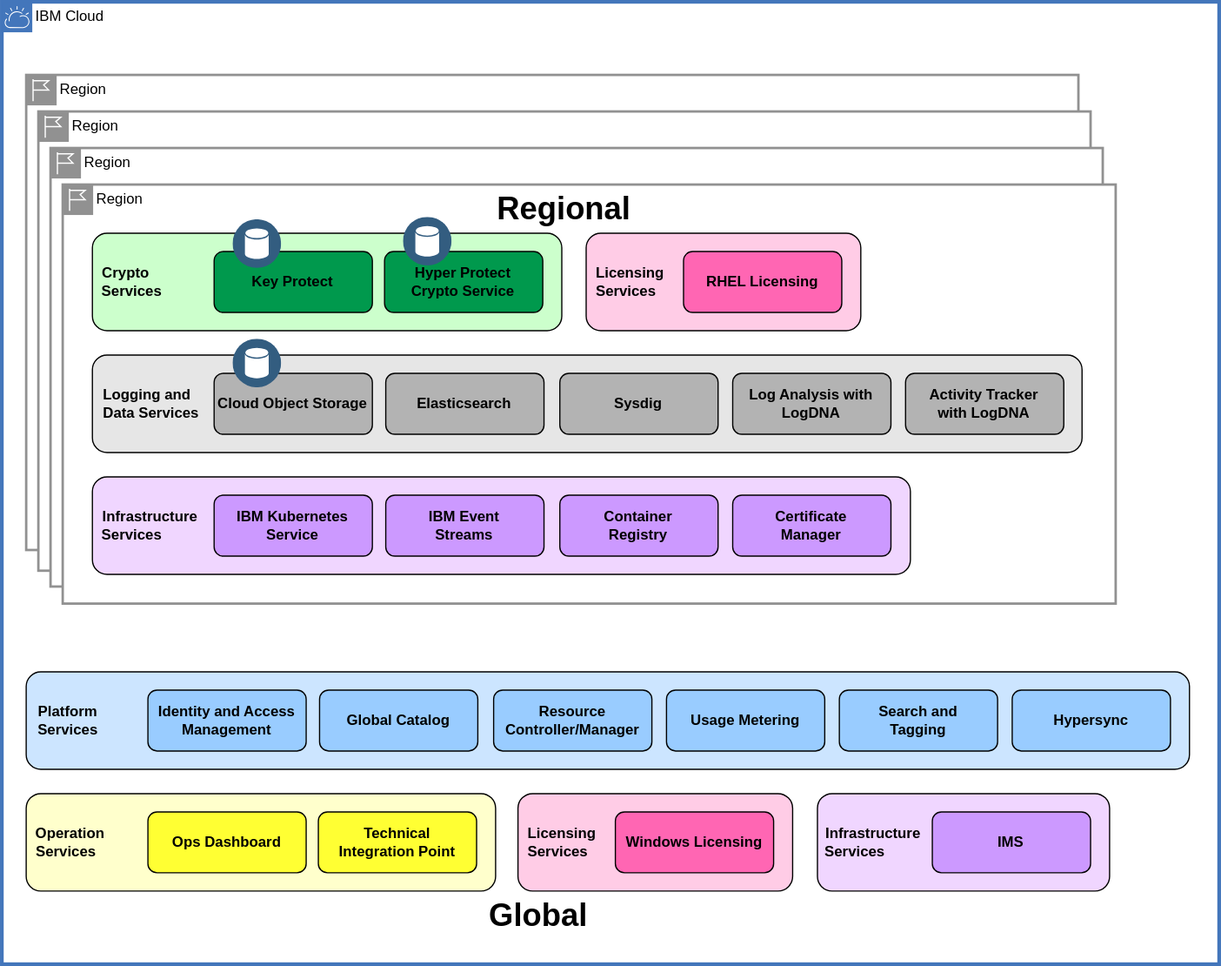
ibm-cloud-docs/vpc keeps this draw.io diagram as images/vpc-dependencies-architecture.svg. Above is the earlier version. Source tidied: cells renumbered, new cells last; positions are measured from the earlier drawing's top-left corner, leaving out a move shared by most shapes.
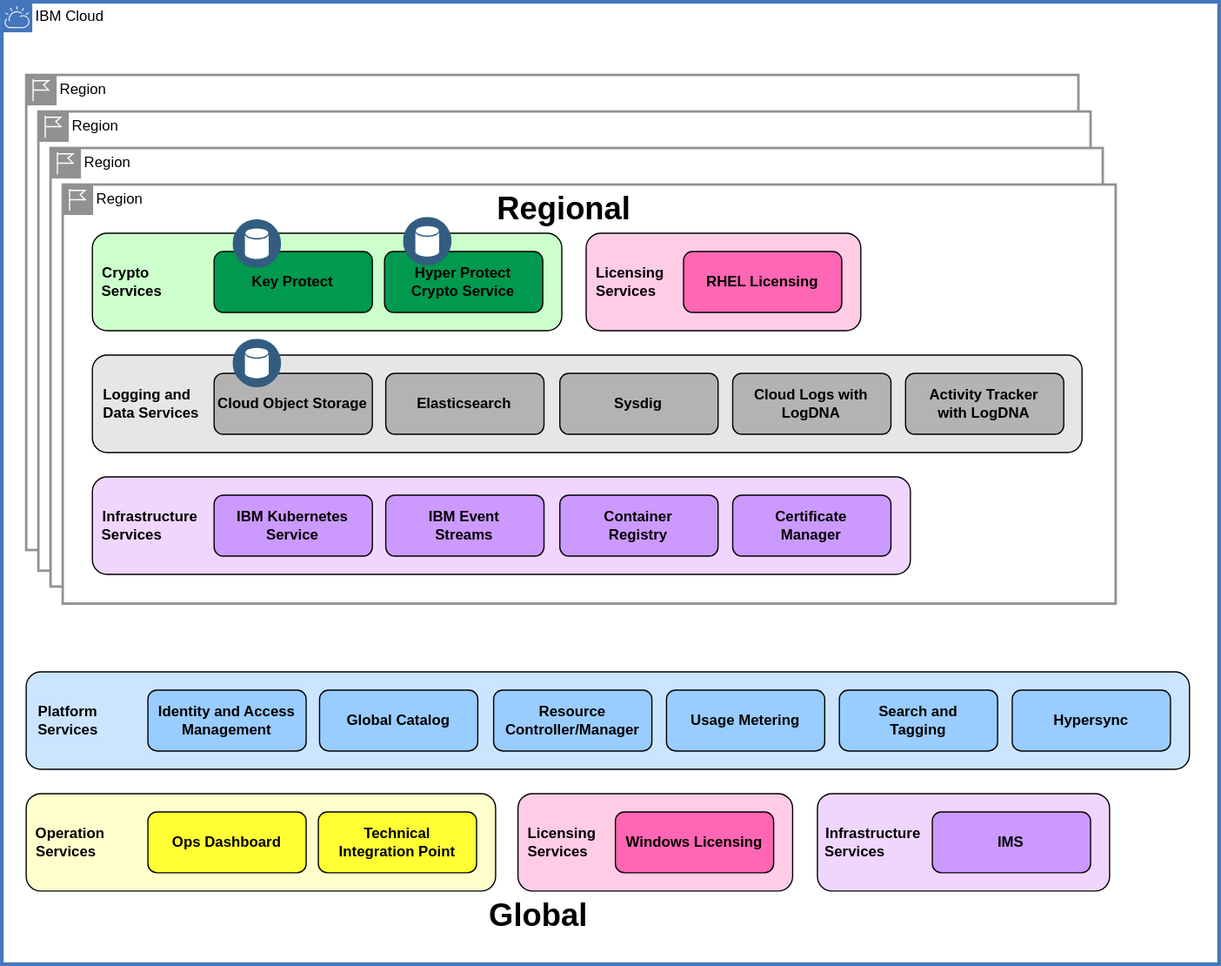
After the change.

Diff of the diagram source:
```diff
@@ -47,7 +47,7 @@
     <mxCell id="16" value="Sysdig" style="rounded=1;whiteSpace=wrap;html=1;spacingLeft=0;fontStyle=1;fillColor=#B3B3B3;" parent="13" vertex="1">
       <mxGeometry x="384" y="15" width="130" height="50" as="geometry" />
     </mxCell>
-    <mxCell id="17" value="Log Analysis with&lt;br&gt;LogDNA" style="rounded=1;whiteSpace=wrap;html=1;spacingLeft=0;fontStyle=1;fillColor=#B3B3B3;" parent="13" vertex="1">
+    <mxCell id="17" value="Cloud Logs with&lt;br&gt;LogDNA" style="rounded=1;whiteSpace=wrap;html=1;spacingLeft=0;fontStyle=1;fillColor=#B3B3B3;" parent="13" vertex="1">
       <mxGeometry x="526" y="15" width="130" height="50" as="geometry" />
     </mxCell>
     <mxCell id="18" value="Activity Tracker&lt;br&gt;with LogDNA" style="rounded=1;whiteSpace=wrap;html=1;spacingLeft=0;fontStyle=1;fillColor=#B3B3B3;" parent="13" vertex="1">
```
